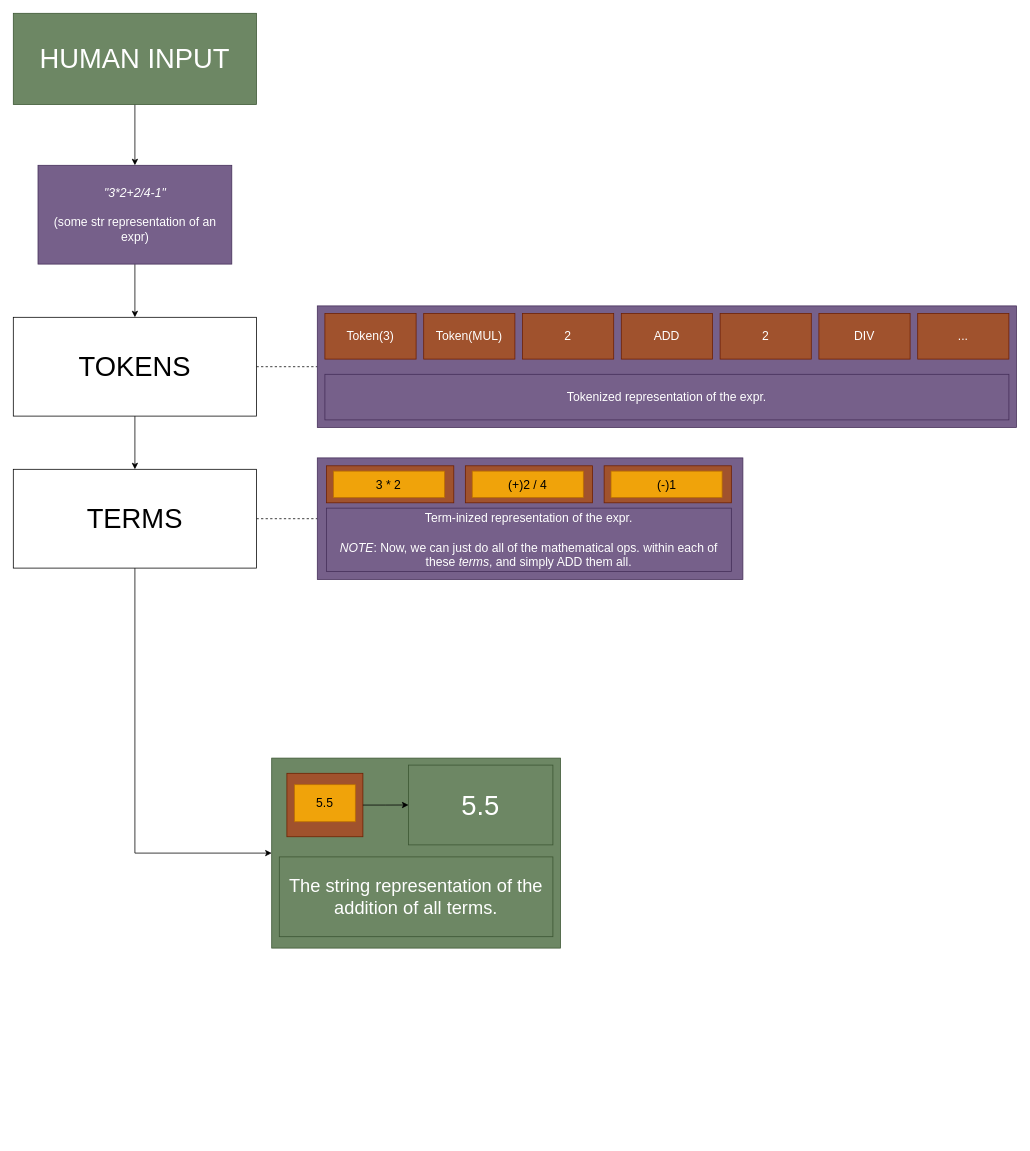
Earlier version of the draw.io diagram page "Flow of Input" (2 of 3) of Calculator Brainstorming.drawio (recommendestimator/Calculator-CLI). Source tidied: cells renumbered, new cells numbered last; positions are measured from the earlier drawing's top-left corner, leaving out a move shared by most shapes. Both pictures are drawn from the tidied source at 76%, with x=0, y=0 at pixel (13, 13).
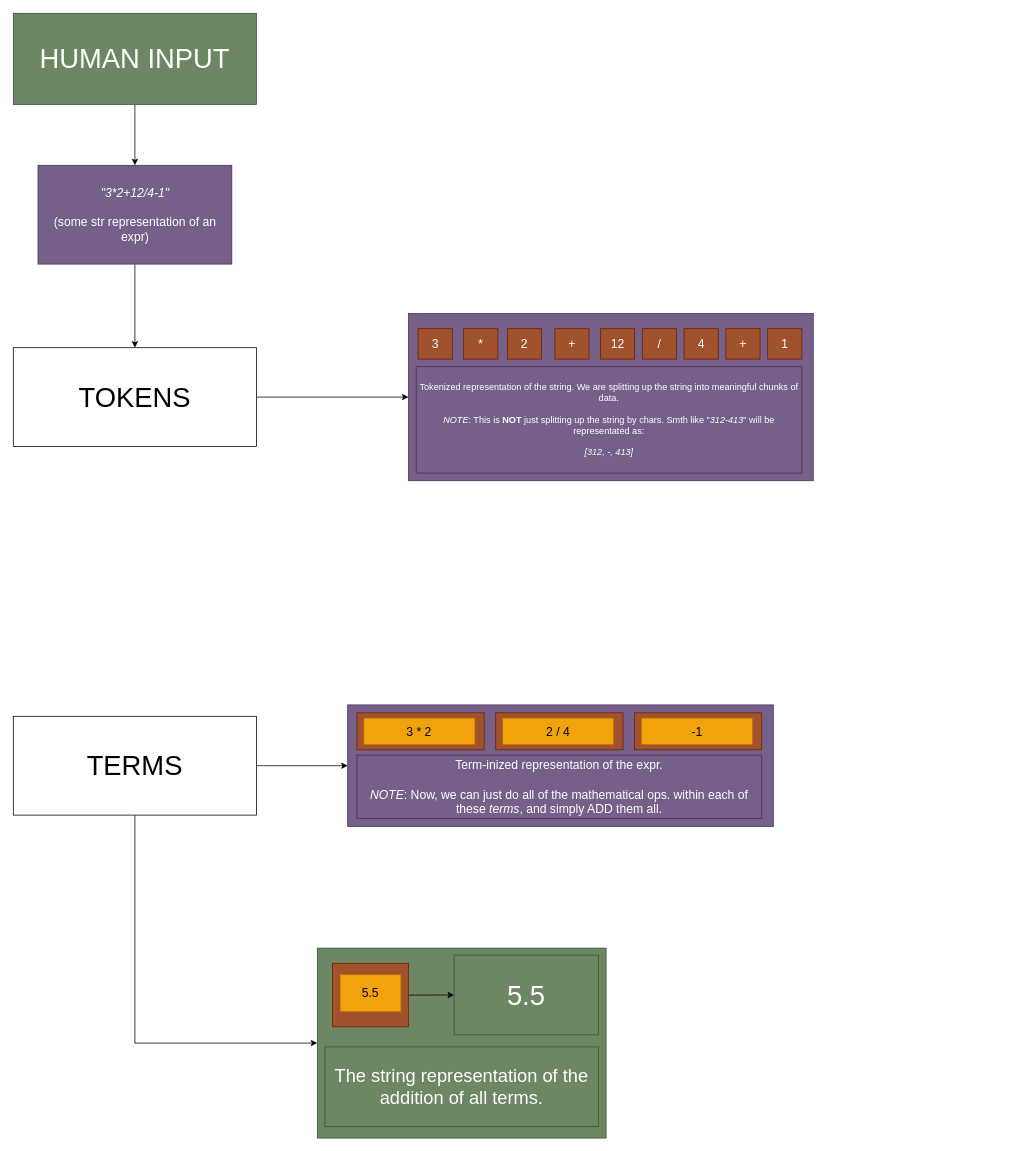
The same diagram, later.

Diff of the diagram source:
```diff
@@
-    <mxCell id="2" style="group;" parent="1" vertex="1">
-      <mxGeometry width="1320" height="1230" as="geometry" />
-    </mxCell>
-    <mxCell id="3" style="edgeStyle=orthogonalEdgeStyle;rounded=0;jettySize=auto;html=1;entryX=0.5;entryY=0;entryDx=0;entryDy=0;" parent="2" edge="1" source="4" target="6">
+    <mxCell id="3" style="edgeStyle=orthogonalEdgeStyle;rounded=0;jettySize=auto;html=1;entryX=0.5;entryY=0;entryDx=0;entryDy=0;" parent="1" edge="1" source="4" target="6">
       <mxGeometry relative="1" as="geometry" />
     </mxCell>
-    <mxCell id="4" value="&lt;font style=&quot;font-size: 36px;&quot;&gt;HUMAN INPUT&lt;/font&gt;" style="rounded=0;whiteSpace=wrap;html=1;fillColor=#6d8764;fontColor=#ffffff;strokeColor=#3A5431;" parent="2" vertex="1">
+    <mxCell id="4" value="&lt;font style=&quot;font-size: 36px;&quot;&gt;HUMAN INPUT&lt;/font&gt;" style="rounded=0;whiteSpace=wrap;html=1;fillColor=#6d8764;fontColor=#ffffff;strokeColor=#3A5431;" parent="1" vertex="1">
       <mxGeometry width="320" height="120" as="geometry" />
     </mxCell>
-    <mxCell id="5" style="edgeStyle=orthogonalEdgeStyle;rounded=0;jettySize=auto;html=1;entryX=0.5;entryY=0;entryDx=0;entryDy=0;" parent="2" edge="1" source="6" target="9">
+    <mxCell id="5" style="edgeStyle=orthogonalEdgeStyle;rounded=0;jettySize=auto;html=1;entryX=0.5;entryY=0;entryDx=0;entryDy=0;" parent="1" edge="1" source="6" target="9">
       <mxGeometry relative="1" as="geometry" />
     </mxCell>
-    <mxCell id="6" value="&lt;font style=&quot;font-size: 16px;&quot;&gt;&lt;i&gt;&quot;3*2+2/4-1&quot;&lt;/i&gt;&lt;/font&gt;&lt;div&gt;&lt;font style=&quot;font-size: 16px;&quot;&gt;&lt;br&gt;&lt;/font&gt;&lt;/div&gt;&lt;div&gt;&lt;font style=&quot;font-size: 16px;&quot;&gt;(some str representation of an expr)&lt;/font&gt;&lt;/div&gt;" style="rounded=0;whiteSpace=wrap;html=1;fillColor=#76608a;fontColor=#ffffff;strokeColor=#432D57;" parent="2" vertex="1">
+    <mxCell id="6" value="&lt;font style=&quot;font-size: 16px;&quot;&gt;&lt;i&gt;&quot;3*2+12/4-1&quot;&lt;/i&gt;&lt;/font&gt;&lt;div&gt;&lt;font style=&quot;font-size: 16px;&quot;&gt;&lt;br&gt;&lt;/font&gt;&lt;/div&gt;&lt;div&gt;&lt;font style=&quot;font-size: 16px;&quot;&gt;(some str representation of an expr)&lt;/font&gt;&lt;/div&gt;" style="rounded=0;whiteSpace=wrap;html=1;fillColor=#76608a;fontColor=#ffffff;strokeColor=#432D57;" parent="1" vertex="1">
       <mxGeometry x="32.5" y="200" width="255" height="130" as="geometry" />
     </mxCell>
-    <mxCell id="7" style="edgeStyle=orthogonalEdgeStyle;rounded=0;jettySize=auto;html=1;dashed=1;endArrow=none;endFill=0;" parent="2" edge="1" source="9" target="11">
-      <mxGeometry relative="1" as="geometry" />
-    </mxCell>
-    <mxCell id="8" style="edgeStyle=orthogonalEdgeStyle;rounded=0;jettySize=auto;html=1;entryX=0.5;entryY=0;entryDx=0;entryDy=0;" parent="2" edge="1" source="9" target="22">
-      <mxGeometry relative="1" as="geometry" />
-    </mxCell>
-    <mxCell id="9" value="&lt;font style=&quot;font-size: 36px;&quot;&gt;TOKENS&lt;/font&gt;" style="rounded=0;whiteSpace=wrap;html=1;" parent="2" vertex="1">
-      <mxGeometry y="400" width="320" height="130" as="geometry" />
-    </mxCell>
-    <mxCell id="10" style="group;" parent="2" vertex="1">
-      <mxGeometry x="400" y="385" width="920" height="160" as="geometry" />
-    </mxCell>
-    <mxCell id="11" style="rounded=0;whiteSpace=wrap;html=1;fillColor=#76608a;fontColor=#ffffff;strokeColor=#432D57;" parent="10" vertex="1">
-      <mxGeometry width="920" height="160" as="geometry" />
-    </mxCell>
-    <mxCell id="12" value="&lt;span style=&quot;font-size: 16px;&quot;&gt;Token(3)&lt;/span&gt;" style="rounded=0;whiteSpace=wrap;html=1;fillColor=#a0522d;fontColor=#ffffff;strokeColor=#6D1F00;" parent="10" vertex="1">
-      <mxGeometry x="10" y="10" width="120" height="60" as="geometry" />
-    </mxCell>
-    <mxCell id="13" value="&lt;font style=&quot;font-size: 16px;&quot;&gt;Token(MUL)&lt;/font&gt;" style="rounded=0;whiteSpace=wrap;html=1;fillColor=#a0522d;fontColor=#ffffff;strokeColor=#6D1F00;" parent="10" vertex="1">
-      <mxGeometry x="140" y="10" width="120" height="60" as="geometry" />
-    </mxCell>
-    <mxCell id="14" value="&lt;font style=&quot;font-size: 16px;&quot;&gt;2&lt;/font&gt;" style="rounded=0;whiteSpace=wrap;html=1;fillColor=#a0522d;fontColor=#ffffff;strokeColor=#6D1F00;" parent="10" vertex="1">
-      <mxGeometry x="270" y="10" width="120" height="60" as="geometry" />
-    </mxCell>
-    <mxCell id="15" value="&lt;font style=&quot;font-size: 16px;&quot;&gt;ADD&lt;/font&gt;" style="rounded=0;whiteSpace=wrap;html=1;fillColor=#a0522d;fontColor=#ffffff;strokeColor=#6D1F00;" parent="10" vertex="1">
-      <mxGeometry x="400" y="10" width="120" height="60" as="geometry" />
-    </mxCell>
-    <mxCell id="16" value="&lt;font style=&quot;font-size: 16px;&quot;&gt;2&lt;/font&gt;" style="rounded=0;whiteSpace=wrap;html=1;fillColor=#a0522d;fontColor=#ffffff;strokeColor=#6D1F00;" parent="10" vertex="1">
-      <mxGeometry x="530" y="10" width="120" height="60" as="geometry" />
-    </mxCell>
-    <mxCell id="17" value="&lt;font style=&quot;font-size: 16px;&quot;&gt;DIV&lt;/font&gt;" style="rounded=0;whiteSpace=wrap;html=1;fillColor=#a0522d;fontColor=#ffffff;strokeColor=#6D1F00;" parent="10" vertex="1">
-      <mxGeometry x="660" y="10" width="120" height="60" as="geometry" />
-    </mxCell>
-    <mxCell id="18" value="&lt;font style=&quot;font-size: 16px;&quot;&gt;...&lt;/font&gt;" style="rounded=0;whiteSpace=wrap;html=1;fillColor=#a0522d;fontColor=#ffffff;strokeColor=#6D1F00;" parent="10" vertex="1">
-      <mxGeometry x="790" y="10" width="120" height="60" as="geometry" />
-    </mxCell>
-    <mxCell id="19" value="&lt;font style=&quot;font-size: 16px;&quot;&gt;Tokenized representation of the expr.&lt;/font&gt;" style="rounded=0;whiteSpace=wrap;html=1;fillColor=#76608a;fontColor=#ffffff;strokeColor=#432D57;" parent="10" vertex="1">
-      <mxGeometry x="10" y="90" width="900" height="60" as="geometry" />
-    </mxCell>
-    <mxCell id="20" style="edgeStyle=orthogonalEdgeStyle;rounded=0;jettySize=auto;html=1;entryX=0;entryY=0.5;entryDx=0;entryDy=0;dashed=1;endArrow=none;endFill=0;" parent="2" edge="1" source="22" target="25">
+    <mxCell id="20" style="edgeStyle=orthogonalEdgeStyle;rounded=0;jettySize=auto;html=1;entryX=0;entryY=0.5;entryDx=0;entryDy=0;" parent="1" edge="1" source="22" target="25">
       <mxGeometry relative="1" as="geometry" />
     </mxCell>
-    <mxCell id="21" style="edgeStyle=orthogonalEdgeStyle;rounded=0;jettySize=auto;html=1;entryX=0;entryY=0.5;entryDx=0;entryDy=0;" parent="2" edge="1" source="22" target="37">
+    <mxCell id="21" style="edgeStyle=orthogonalEdgeStyle;rounded=0;jettySize=auto;html=1;entryX=0;entryY=0.5;entryDx=0;entryDy=0;" parent="1" edge="1" source="22" target="37">
       <mxGeometry relative="1" as="geometry">
         <Array as="points">
-          <mxPoint x="160" y="1105" />
+          <mxPoint x="160" y="1355" />
         </Array>
       </mxGeometry>
     </mxCell>
-    <mxCell id="22" value="&lt;font style=&quot;font-size: 36px;&quot;&gt;TERMS&lt;/font&gt;" style="rounded=0;whiteSpace=wrap;html=1;" parent="2" vertex="1">
-      <mxGeometry y="600" width="320" height="130" as="geometry" />
+    <mxCell id="22" value="&lt;font style=&quot;font-size: 36px;&quot;&gt;TERMS&lt;/font&gt;" style="rounded=0;whiteSpace=wrap;html=1;" parent="1" vertex="1">
+      <mxGeometry y="925" width="320" height="130" as="geometry" />
     </mxCell>
-    <mxCell id="23" style="group;" parent="2" vertex="1">
-      <mxGeometry x="400" y="585" width="560" height="160" as="geometry" />
-    </mxCell>
-    <mxCell id="24" style="group;" parent="23" vertex="1">
-      <mxGeometry width="560" height="160" as="geometry" />
-    </mxCell>
+    <mxCell id="44" style="group;" parent="1" vertex="1">
+      <mxGeometry x="440" y="910" width="560" height="160" as="geometry" />
+    </mxCell>
-    <mxCell id="25" style="rounded=0;whiteSpace=wrap;html=1;fillColor=#76608a;fontColor=#ffffff;strokeColor=#432D57;" parent="24" vertex="1">
+    <mxCell id="25" style="rounded=0;whiteSpace=wrap;html=1;fillColor=#76608a;fontColor=#ffffff;strokeColor=#432D57;" parent="44" vertex="1">
       <mxGeometry width="560" height="160" as="geometry" />
     </mxCell>
-    <mxCell id="26" style="group;" parent="24" vertex="1">
-      <mxGeometry x="12.2" y="10.4" width="167.4" height="48.7" as="geometry" />
-    </mxCell>
+    <mxCell id="35" value="&lt;font style=&quot;font-size: 16px;&quot;&gt;Term-inized representation of the expr.&lt;/font&gt;&lt;div&gt;&lt;font style=&quot;font-size: 16px;&quot;&gt;&lt;br&gt;&lt;/font&gt;&lt;/div&gt;&lt;div&gt;&lt;font style=&quot;font-size: 16px;&quot;&gt;&lt;i&gt;NOTE&lt;/i&gt;: Now, we can just do all of the mathematical ops. within each of these &lt;i&gt;terms&lt;/i&gt;, and simply ADD them all.&lt;/font&gt;&lt;/div&gt;" style="rounded=0;whiteSpace=wrap;html=1;fillColor=#76608a;fontColor=#ffffff;strokeColor=#432D57;" parent="44" vertex="1">
+      <mxGeometry x="12.2" y="66.1" width="532.6" height="83.5" as="geometry" />
+    </mxCell>
-    <mxCell id="27" style="rounded=0;whiteSpace=wrap;html=1;fillColor=#a0522d;fontColor=#ffffff;strokeColor=#6D1F00;" parent="26" vertex="1">
-      <mxGeometry width="167.4" height="48.7" as="geometry" />
+    <mxCell id="27" style="rounded=0;whiteSpace=wrap;html=1;fillColor=#a0522d;fontColor=#ffffff;strokeColor=#6D1F00;" parent="44" vertex="1">
+      <mxGeometry x="12.2" y="10.4" width="167.4" height="48.7" as="geometry" />
     </mxCell>
-    <mxCell id="28" value="&lt;font style=&quot;font-size: 16px;&quot;&gt;3 * 2&lt;/font&gt;" style="rounded=0;whiteSpace=wrap;html=1;fillColor=#f0a30a;fontColor=#000000;strokeColor=#BD7000;" parent="26" vertex="1">
-      <mxGeometry x="9.1" y="7" width="146.1" height="34.8" as="geometry" />
+    <mxCell id="28" value="&lt;font style=&quot;font-size: 16px;&quot;&gt;3 * 2&lt;/font&gt;" style="rounded=0;whiteSpace=wrap;html=1;fillColor=#f0a30a;fontColor=#000000;strokeColor=#BD7000;" parent="44" vertex="1">
+      <mxGeometry x="21.3" y="17.4" width="146.1" height="34.8" as="geometry" />
     </mxCell>
-    <mxCell id="29" style="group;" parent="24" vertex="1">
-      <mxGeometry x="194.8" y="10.4" width="167.4" height="48.7" as="geometry" />
-    </mxCell>
-    <mxCell id="30" style="rounded=0;whiteSpace=wrap;html=1;fillColor=#a0522d;fontColor=#ffffff;strokeColor=#6D1F00;" parent="29" vertex="1">
-      <mxGeometry width="167.4" height="48.7" as="geometry" />
+    <mxCell id="30" style="rounded=0;whiteSpace=wrap;html=1;fillColor=#a0522d;fontColor=#ffffff;strokeColor=#6D1F00;" parent="44" vertex="1">
+      <mxGeometry x="194.8" y="10.4" width="167.4" height="48.7" as="geometry" />
     </mxCell>
-    <mxCell id="31" value="&lt;span style=&quot;font-size: 16px;&quot;&gt;(+)2 / 4&lt;/span&gt;" style="rounded=0;whiteSpace=wrap;html=1;fillColor=#f0a30a;fontColor=#000000;strokeColor=#BD7000;" parent="29" vertex="1">
-      <mxGeometry x="9.1" y="7" width="146.1" height="34.8" as="geometry" />
+    <mxCell id="31" value="&lt;span style=&quot;font-size: 16px;&quot;&gt;2 / 4&lt;/span&gt;" style="rounded=0;whiteSpace=wrap;html=1;fillColor=#f0a30a;fontColor=#000000;strokeColor=#BD7000;" parent="44" vertex="1">
+      <mxGeometry x="203.9" y="17.4" width="146.1" height="34.8" as="geometry" />
     </mxCell>
-    <mxCell id="32" style="group;" parent="24" vertex="1">
-      <mxGeometry x="377.4" y="10.4" width="167.4" height="48.7" as="geometry" />
-    </mxCell>
-    <mxCell id="33" style="rounded=0;whiteSpace=wrap;html=1;fillColor=#a0522d;fontColor=#ffffff;strokeColor=#6D1F00;" parent="32" vertex="1">
-      <mxGeometry width="167.4" height="48.7" as="geometry" />
+    <mxCell id="33" style="rounded=0;whiteSpace=wrap;html=1;fillColor=#a0522d;fontColor=#ffffff;strokeColor=#6D1F00;" parent="44" vertex="1">
+      <mxGeometry x="377.4" y="10.4" width="167.4" height="48.7" as="geometry" />
     </mxCell>
-    <mxCell id="34" value="&lt;span style=&quot;font-size: 16px;&quot;&gt;(-)1&lt;/span&gt;" style="rounded=0;whiteSpace=wrap;html=1;fillColor=#f0a30a;fontColor=#000000;strokeColor=#BD7000;" parent="32" vertex="1">
-      <mxGeometry x="9.1" y="7" width="146.1" height="34.8" as="geometry" />
+    <mxCell id="34" value="&lt;span style=&quot;font-size: 16px;&quot;&gt;-1&lt;/span&gt;" style="rounded=0;whiteSpace=wrap;html=1;fillColor=#f0a30a;fontColor=#000000;strokeColor=#BD7000;" parent="44" vertex="1">
+      <mxGeometry x="386.5" y="17.4" width="146.1" height="34.8" as="geometry" />
     </mxCell>
-    <mxCell id="35" value="&lt;font style=&quot;font-size: 16px;&quot;&gt;Term-inized representation of the expr.&lt;/font&gt;&lt;div&gt;&lt;font style=&quot;font-size: 16px;&quot;&gt;&lt;br&gt;&lt;/font&gt;&lt;/div&gt;&lt;div&gt;&lt;font style=&quot;font-size: 16px;&quot;&gt;&lt;i&gt;NOTE&lt;/i&gt;: Now, we can just do all of the mathematical ops. within each of these &lt;i&gt;terms&lt;/i&gt;, and simply ADD them all.&lt;/font&gt;&lt;/div&gt;" style="rounded=0;whiteSpace=wrap;html=1;fillColor=#76608a;fontColor=#ffffff;strokeColor=#432D57;" parent="24" vertex="1">
-      <mxGeometry x="12.2" y="66.1" width="532.6" height="83.5" as="geometry" />
-    </mxCell>
-    <mxCell id="36" style="group;" parent="2" vertex="1">
-      <mxGeometry x="340" y="980" width="380" height="250" as="geometry" />
-    </mxCell>
+    <mxCell id="45" style="group;" parent="1" vertex="1">
+      <mxGeometry x="400" y="1230" width="380" height="250" as="geometry" />
+    </mxCell>
-    <mxCell id="37" style="rounded=0;whiteSpace=wrap;html=1;fillColor=#6d8764;fontColor=#ffffff;strokeColor=#3A5431;" parent="36" vertex="1">
+    <mxCell id="37" style="rounded=0;whiteSpace=wrap;html=1;fillColor=#6d8764;fontColor=#ffffff;strokeColor=#3A5431;" parent="45" vertex="1">
       <mxGeometry width="380" height="250" as="geometry" />
     </mxCell>
-    <mxCell id="38" style="group;" parent="36" vertex="1">
-      <mxGeometry x="20" y="20" width="100" height="83.5" as="geometry" />
-    </mxCell>
-    <mxCell id="39" style="rounded=0;whiteSpace=wrap;html=1;fillColor=#a0522d;fontColor=#ffffff;strokeColor=#6D1F00;" parent="38" vertex="1">
-      <mxGeometry width="100" height="83.5" as="geometry" />
-    </mxCell>
-    <mxCell id="40" value="&lt;font style=&quot;font-size: 16px;&quot;&gt;5.5&lt;/font&gt;" style="rounded=0;whiteSpace=wrap;html=1;fillColor=#f0a30a;fontColor=#000000;strokeColor=#BD7000;" parent="38" vertex="1">
-      <mxGeometry x="10" y="15" width="80" height="48.7" as="geometry" />
-    </mxCell>
-    <mxCell id="41" value="&lt;font style=&quot;font-size: 36px;&quot;&gt;5.5&lt;/font&gt;" style="rounded=0;whiteSpace=wrap;html=1;fillColor=#6d8764;fontColor=#ffffff;strokeColor=#3A5431;" parent="36" vertex="1">
+    <mxCell id="41" value="&lt;font style=&quot;font-size: 36px;&quot;&gt;5.5&lt;/font&gt;" style="rounded=0;whiteSpace=wrap;html=1;fillColor=#6d8764;fontColor=#ffffff;strokeColor=#3A5431;" parent="45" vertex="1">
       <mxGeometry x="180" y="9.2" width="190" height="105" as="geometry" />
     </mxCell>
-    <mxCell id="42" style="edgeStyle=orthogonalEdgeStyle;rounded=0;jettySize=auto;html=1;" parent="36" edge="1" source="39" target="41">
+    <mxCell id="42" style="edgeStyle=orthogonalEdgeStyle;rounded=0;jettySize=auto;html=1;" parent="45" edge="1" source="39" target="41">
       <mxGeometry relative="1" as="geometry" />
     </mxCell>
-    <mxCell id="43" value="&lt;font style=&quot;font-size: 24px;&quot;&gt;The string representation of the addition of all terms.&lt;/font&gt;" style="rounded=0;whiteSpace=wrap;html=1;fillColor=#6d8764;fontColor=#ffffff;strokeColor=#3A5431;" parent="36" vertex="1">
+    <mxCell id="43" value="&lt;font style=&quot;font-size: 24px;&quot;&gt;The string representation of the addition of all terms.&lt;/font&gt;" style="rounded=0;whiteSpace=wrap;html=1;fillColor=#6d8764;fontColor=#ffffff;strokeColor=#3A5431;" parent="45" vertex="1">
       <mxGeometry x="10" y="130" width="360" height="105" as="geometry" />
     </mxCell>
+    <mxCell id="39" style="rounded=0;whiteSpace=wrap;html=1;fillColor=#a0522d;fontColor=#ffffff;strokeColor=#6D1F00;" parent="45" vertex="1">
+      <mxGeometry x="20" y="20" width="100" height="83.5" as="geometry" />
+    </mxCell>
+    <mxCell id="40" value="&lt;font style=&quot;font-size: 16px;&quot;&gt;5.5&lt;/font&gt;" style="rounded=0;whiteSpace=wrap;html=1;fillColor=#f0a30a;fontColor=#000000;strokeColor=#BD7000;" parent="45" vertex="1">
+      <mxGeometry x="30" y="35" width="80" height="48.7" as="geometry" />
+    </mxCell>
+    <mxCell id="46" style="edgeStyle=orthogonalEdgeStyle;rounded=0;jettySize=auto;html=1;entryX=0;entryY=0.5;entryDx=0;entryDy=0;" parent="1" edge="1" source="9" target="48">
+      <mxGeometry relative="1" as="geometry" />
+    </mxCell>
+    <mxCell id="9" value="&lt;font style=&quot;font-size: 36px;&quot;&gt;TOKENS&lt;/font&gt;" style="rounded=0;whiteSpace=wrap;html=1;" parent="1" vertex="1">
+      <mxGeometry y="440" width="320" height="130" as="geometry" />
+    </mxCell>
+    <mxCell id="47" style="group;" parent="1" vertex="1">
+      <mxGeometry x="520" y="395" width="532.6" height="220" as="geometry" />
+    </mxCell>
+    <mxCell id="48" style="rounded=0;whiteSpace=wrap;html=1;fillColor=#76608a;strokeColor=#432D57;fontColor=#ffffff;" parent="47" vertex="1">
+      <mxGeometry width="532.6" height="220" as="geometry" />
+    </mxCell>
+    <mxCell id="49" value="&lt;font style=&quot;font-size: 16px;&quot;&gt;3&lt;/font&gt;" style="rounded=0;whiteSpace=wrap;html=1;fillColor=#a0522d;fontColor=#ffffff;strokeColor=#6D1F00;" parent="47" vertex="1">
+      <mxGeometry x="12.6" y="20" width="45" height="40" as="geometry" />
+    </mxCell>
+    <mxCell id="50" value="&lt;font style=&quot;font-size: 16px;&quot;&gt;*&lt;/font&gt;" style="rounded=0;whiteSpace=wrap;html=1;fillColor=#a0522d;fontColor=#ffffff;strokeColor=#6D1F00;" parent="47" vertex="1">
+      <mxGeometry x="72.6" y="20" width="45" height="40" as="geometry" />
+    </mxCell>
+    <mxCell id="51" value="&lt;font style=&quot;font-size: 16px;&quot;&gt;2&lt;/font&gt;" style="rounded=0;whiteSpace=wrap;html=1;fillColor=#a0522d;fontColor=#ffffff;strokeColor=#6D1F00;" parent="47" vertex="1">
+      <mxGeometry x="130.1" y="20" width="45" height="40" as="geometry" />
+    </mxCell>
+    <mxCell id="52" value="&lt;font style=&quot;font-size: 16px;&quot;&gt;12&lt;/font&gt;" style="rounded=0;whiteSpace=wrap;html=1;fillColor=#a0522d;fontColor=#ffffff;strokeColor=#6D1F00;" parent="47" vertex="1">
+      <mxGeometry x="252.6" y="20" width="45" height="40" as="geometry" />
+    </mxCell>
+    <mxCell id="53" value="&lt;font style=&quot;font-size: 16px;&quot;&gt;+&lt;/font&gt;" style="rounded=0;whiteSpace=wrap;html=1;fillColor=#a0522d;fontColor=#ffffff;strokeColor=#6D1F00;" parent="47" vertex="1">
+      <mxGeometry x="192.6" y="20" width="45" height="40" as="geometry" />
+    </mxCell>
+    <mxCell id="54" value="&lt;font style=&quot;font-size: 16px;&quot;&gt;/&lt;/font&gt;" style="rounded=0;whiteSpace=wrap;html=1;fillColor=#a0522d;fontColor=#ffffff;strokeColor=#6D1F00;" parent="47" vertex="1">
+      <mxGeometry x="307.6" y="20" width="45" height="40" as="geometry" />
+    </mxCell>
+    <mxCell id="55" value="&lt;font style=&quot;font-size: 16px;&quot;&gt;1&lt;/font&gt;" style="rounded=0;whiteSpace=wrap;html=1;fillColor=#a0522d;fontColor=#ffffff;strokeColor=#6D1F00;" parent="47" vertex="1">
+      <mxGeometry x="472.6" y="20" width="45" height="40" as="geometry" />
+    </mxCell>
+    <mxCell id="56" value="&lt;font style=&quot;font-size: 16px;&quot;&gt;+&lt;/font&gt;" style="rounded=0;whiteSpace=wrap;html=1;fillColor=#a0522d;fontColor=#ffffff;strokeColor=#6D1F00;" parent="47" vertex="1">
+      <mxGeometry x="417.6" y="20" width="45" height="40" as="geometry" />
+    </mxCell>
+    <mxCell id="57" value="&lt;font style=&quot;font-size: 16px;&quot;&gt;4&lt;/font&gt;" style="rounded=0;whiteSpace=wrap;html=1;fillColor=#a0522d;fontColor=#ffffff;strokeColor=#6D1F00;" parent="47" vertex="1">
+      <mxGeometry x="362.6" y="20" width="45" height="40" as="geometry" />
+    </mxCell>
+    <mxCell id="58" value="Tokenized representation of the string. We are splitting up the string into meaningful chunks of data.&lt;br&gt;&lt;br&gt;&lt;i&gt;NOTE&lt;/i&gt;: This is &lt;b&gt;NOT&lt;/b&gt;&amp;nbsp;just splitting up the string by chars. Smth like &quot;&lt;i&gt;312-413&lt;/i&gt;&quot; will be representated as:&lt;div&gt;&lt;br&gt;&lt;/div&gt;&lt;div&gt;&lt;i&gt;[312, -, 413]&lt;/i&gt;&lt;/div&gt;" style="rounded=0;whiteSpace=wrap;html=1;fillColor=#76608a;strokeColor=#432D57;fontColor=#ffffff;" parent="47" vertex="1">
+      <mxGeometry x="10.1" y="70" width="507.5" height="140" as="geometry" />
+    </mxCell>
```
